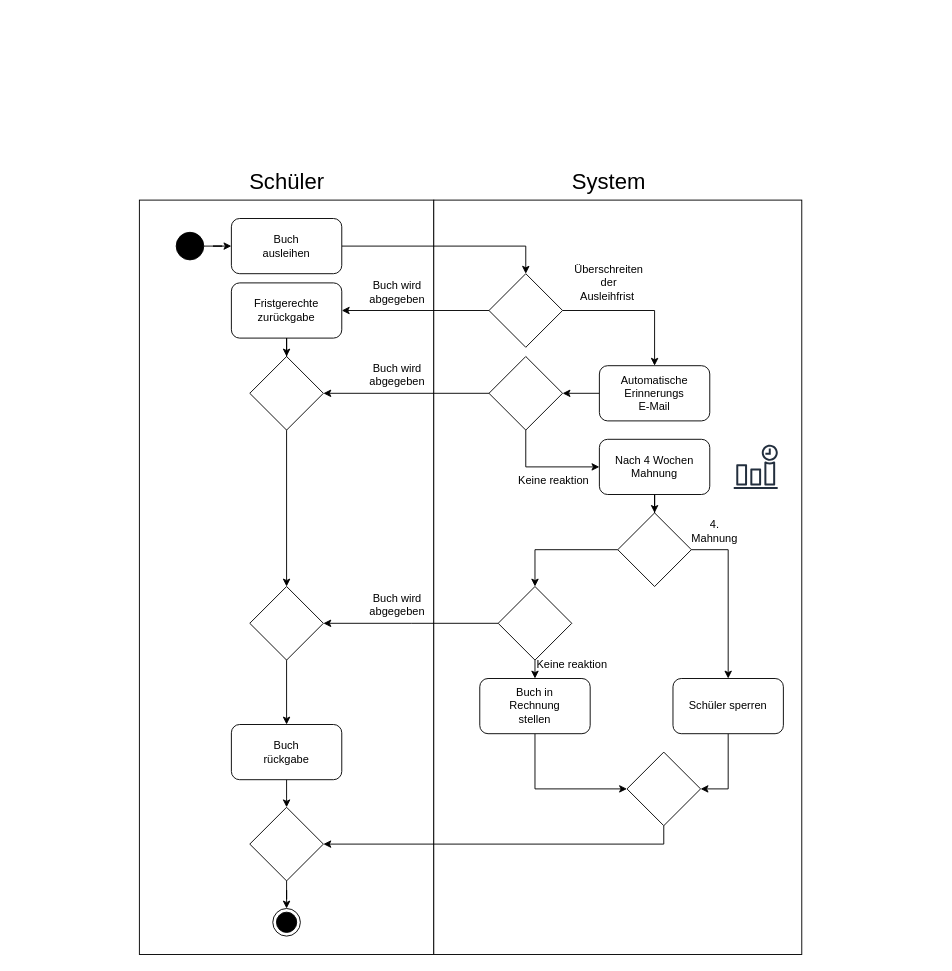
This is UML/Lernsituation 4/Aktivitätsdiagramm_Schulbibliothek.drawio from Exentera/CSHRP-Lernprozess, a draw.io file, before an edit. Source tidied: cells renumbered, new cells numbered last; positions are measured from the earlier drawing's top-left corner, leaving out a move shared by most shapes. Both pictures are drawn from the tidied source at 92%, with x=0, y=0 at pixel (139, 163).
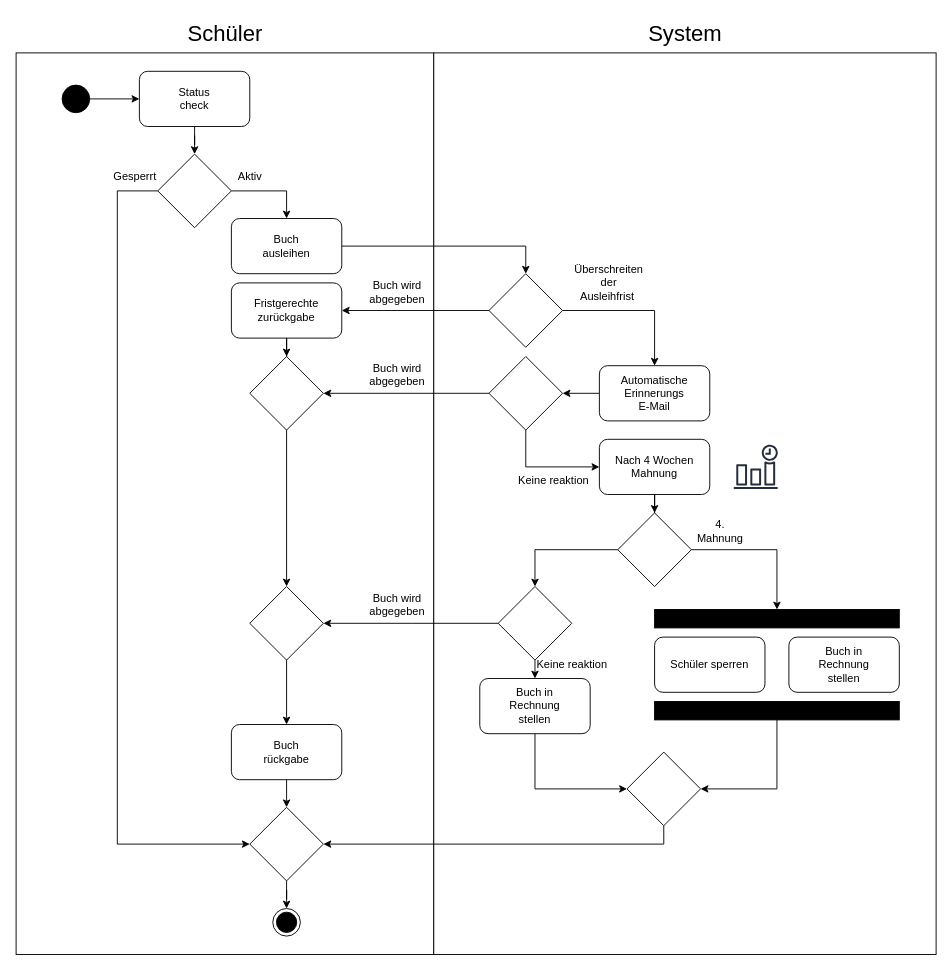
The same page after the edit.

The change refers to these unchanged cells:
```xml
<mxCell id="9" value="Buch&lt;div&gt;ausleihen&lt;/div&gt;" style="rounded=1;whiteSpace=wrap;html=1;" parent="1" vertex="1">
  <mxGeometry x="100" y="60" width="120" height="60" as="geometry" />
</mxCell>
<mxCell id="19" style="rhombus;whiteSpace=wrap;html=1;" parent="1" vertex="1">
  <mxGeometry x="520" y="380" width="80" height="80" as="geometry" />
</mxCell>
<mxCell id="39" style="rhombus;whiteSpace=wrap;html=1;" parent="1" vertex="1">
  <mxGeometry x="530" y="640" width="80" height="80" as="geometry" />
</mxCell>
<mxCell id="43" style="rhombus;whiteSpace=wrap;html=1;" parent="1" vertex="1">
  <mxGeometry x="120" y="700" width="80" height="80" as="geometry" />
</mxCell>
```

What changed in the source:
```diff
@@
     <mxCell id="2" style="rounded=0;whiteSpace=wrap;html=1;" parent="1" vertex="1">
-      <mxGeometry y="40" width="320" height="820" as="geometry" />
+      <mxGeometry x="-134" y="-120" width="454" height="980" as="geometry" />
     </mxCell>
     <mxCell id="3" style="rounded=0;whiteSpace=wrap;html=1;" parent="1" vertex="1">
-      <mxGeometry x="320" y="40" width="400" height="820" as="geometry" />
+      <mxGeometry x="320" y="-120" width="546" height="980" as="geometry" />
     </mxCell>
     <mxCell id="4" value="&lt;font style=&quot;font-size: 24px;&quot;&gt;Schüler&lt;/font&gt;" style="text;html=1;align=center;verticalAlign=middle;strokeColor=none;fillColor=none;" parent="1" vertex="1">
-      <mxGeometry x="110" width="100" height="40" as="geometry" />
+      <mxGeometry x="43" y="-160" width="100" height="40" as="geometry" />
     </mxCell>
     <mxCell id="5" value="&lt;font style=&quot;font-size: 24px;&quot;&gt;System&lt;/font&gt;" style="text;html=1;align=center;verticalAlign=middle;strokeColor=none;fillColor=none;" parent="1" vertex="1">
-      <mxGeometry x="460" width="100" height="40" as="geometry" />
+      <mxGeometry x="543" y="-160" width="100" height="40" as="geometry" />
     </mxCell>
-    <mxCell id="6" style="edgeStyle=orthogonalEdgeStyle;rounded=0;jettySize=auto;html=1;" parent="1" edge="1" source="7" target="9">
-      <mxGeometry relative="1" as="geometry" />
-    </mxCell>
+    <mxCell id="51" style="edgeStyle=orthogonalEdgeStyle;rounded=0;jettySize=auto;html=1;entryX=0;entryY=0.5;entryDx=0;entryDy=0;" parent="1" edge="1" source="7" target="58">
+      <mxGeometry relative="1" as="geometry" />
+    </mxCell>
     <mxCell id="7" style="ellipse;fillColor=strokeColor;html=1;" parent="1" vertex="1">
-      <mxGeometry x="40" y="75" width="30" height="30" as="geometry" />
+      <mxGeometry x="-84" y="-85" width="30" height="30" as="geometry" />
     </mxCell>
@@
-    <mxCell id="17" style="edgeStyle=orthogonalEdgeStyle;rounded=0;jettySize=auto;html=1;entryX=0.5;entryY=0;entryDx=0;entryDy=0;exitX=1;exitY=0.5;exitDx=0;exitDy=0;" parent="1" edge="1" source="19" target="21">
-      <mxGeometry relative="1" as="geometry" />
-    </mxCell>
@@
+    <mxCell id="52" style="edgeStyle=orthogonalEdgeStyle;rounded=0;jettySize=auto;html=1;entryX=0.5;entryY=0;entryDx=0;entryDy=0;exitX=1;exitY=0.5;exitDx=0;exitDy=0;" parent="1" edge="1" source="19" target="54">
+      <mxGeometry relative="1" as="geometry" />
+    </mxCell>
@@
-    <mxCell id="20" style="edgeStyle=orthogonalEdgeStyle;rounded=0;jettySize=auto;html=1;entryX=1;entryY=0.5;entryDx=0;entryDy=0;" parent="1" edge="1" source="21" target="39">
-      <mxGeometry relative="1" as="geometry" />
-    </mxCell>
     <mxCell id="21" value="&lt;div&gt;Schüler sperren&lt;/div&gt;" style="rounded=1;whiteSpace=wrap;html=1;" parent="1" vertex="1">
-      <mxGeometry x="580" y="560" width="120" height="60" as="geometry" />
+      <mxGeometry x="560" y="515" width="120" height="60" as="geometry" />
     </mxCell>
@@
     <mxCell id="47" value="&lt;span style=&quot;text-wrap-mode: wrap;&quot;&gt;4.&lt;/span&gt;&lt;div style=&quot;text-wrap-mode: wrap;&quot;&gt;Mahnung&lt;/div&gt;" style="text;html=1;align=center;verticalAlign=middle;strokeColor=none;fillColor=none;" parent="1" vertex="1">
-      <mxGeometry x="590" y="380" width="70" height="40" as="geometry" />
+      <mxGeometry x="596" y="380" width="70" height="40" as="geometry" />
     </mxCell>
@@
+    <mxCell id="53" value="&lt;div&gt;&lt;span style=&quot;background-color: transparent; color: light-dark(rgb(0, 0, 0), rgb(255, 255, 255));&quot;&gt;Buch in&lt;/span&gt;&lt;/div&gt;&lt;div&gt;Rechnung&lt;/div&gt;&lt;div&gt;stellen&lt;/div&gt;" style="rounded=1;whiteSpace=wrap;html=1;" parent="1" vertex="1">
+      <mxGeometry x="706" y="515" width="120" height="60" as="geometry" />
+    </mxCell>
+    <mxCell id="54" style="rounded=0;whiteSpace=wrap;html=1;fillColor=#000000;" parent="1" vertex="1">
+      <mxGeometry x="560" y="485" width="266" height="20" as="geometry" />
+    </mxCell>
+    <mxCell id="55" style="edgeStyle=orthogonalEdgeStyle;rounded=0;jettySize=auto;html=1;entryX=1;entryY=0.5;entryDx=0;entryDy=0;" parent="1" edge="1" source="56" target="39">
+      <mxGeometry relative="1" as="geometry" />
+    </mxCell>
+    <mxCell id="56" style="rounded=0;whiteSpace=wrap;html=1;fillColor=#000000;" parent="1" vertex="1">
+      <mxGeometry x="560" y="585" width="266" height="20" as="geometry" />
+    </mxCell>
+    <mxCell id="57" style="edgeStyle=orthogonalEdgeStyle;rounded=0;jettySize=auto;html=1;entryX=0.5;entryY=0;entryDx=0;entryDy=0;" parent="1" edge="1" source="58" target="61">
+      <mxGeometry relative="1" as="geometry" />
+    </mxCell>
+    <mxCell id="58" value="Status&lt;div&gt;check&lt;/div&gt;" style="rounded=1;whiteSpace=wrap;html=1;" parent="1" vertex="1">
+      <mxGeometry y="-100" width="120" height="60" as="geometry" />
+    </mxCell>
+    <mxCell id="59" style="edgeStyle=orthogonalEdgeStyle;rounded=0;jettySize=auto;html=1;entryX=0.5;entryY=0;entryDx=0;entryDy=0;exitX=1;exitY=0.5;exitDx=0;exitDy=0;" parent="1" edge="1" source="61" target="9">
+      <mxGeometry relative="1" as="geometry" />
+    </mxCell>
+    <mxCell id="60" style="edgeStyle=orthogonalEdgeStyle;rounded=0;jettySize=auto;html=1;entryX=0;entryY=0.5;entryDx=0;entryDy=0;" parent="1" edge="1" source="61" target="43">
+      <mxGeometry relative="1" as="geometry">
+        <Array as="points">
+          <mxPoint x="-24" y="30" />
+          <mxPoint x="-24" y="740" />
+        </Array>
+      </mxGeometry>
+    </mxCell>
+    <mxCell id="61" style="rhombus;whiteSpace=wrap;html=1;" parent="1" vertex="1">
+      <mxGeometry x="20" y="-10" width="80" height="80" as="geometry" />
+    </mxCell>
+    <mxCell id="62" value="Aktiv" style="text;html=1;align=center;verticalAlign=middle;strokeColor=none;fillColor=none;" parent="1" vertex="1">
+      <mxGeometry x="95" width="50" height="30" as="geometry" />
+    </mxCell>
+    <mxCell id="63" value="Gesperrt" style="text;html=1;align=center;verticalAlign=middle;strokeColor=none;fillColor=none;" parent="1" vertex="1">
+      <mxGeometry x="-40" width="70" height="30" as="geometry" />
+    </mxCell>
```
